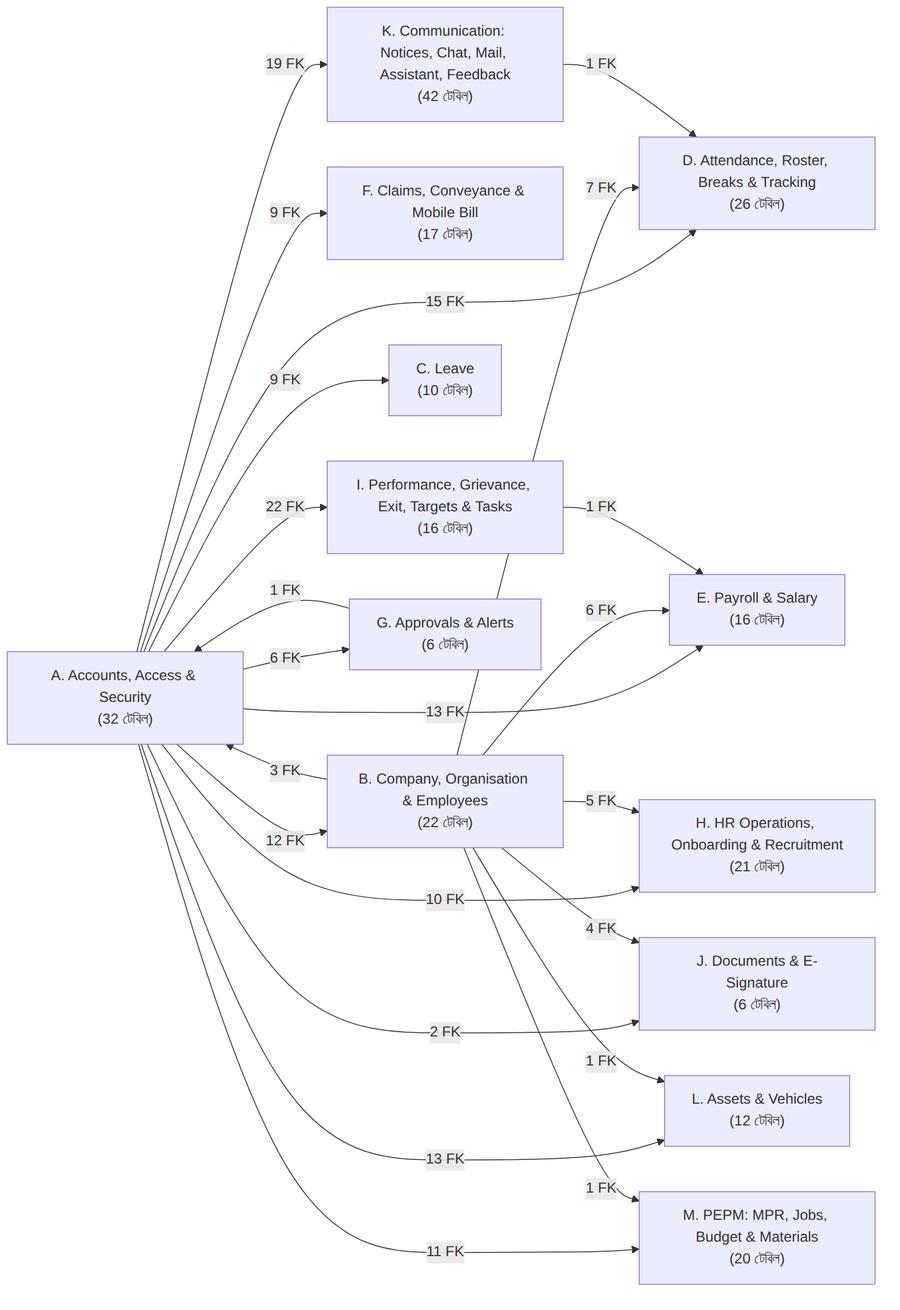
ruhulamencredence/CredenceHR keeps this Mermaid diagram as docs/architecture/database/diagrams/00-module-map.png. Above is the earlier version. Its source is kept beside it as docs/architecture/database/diagrams/00-module-map.mmd.
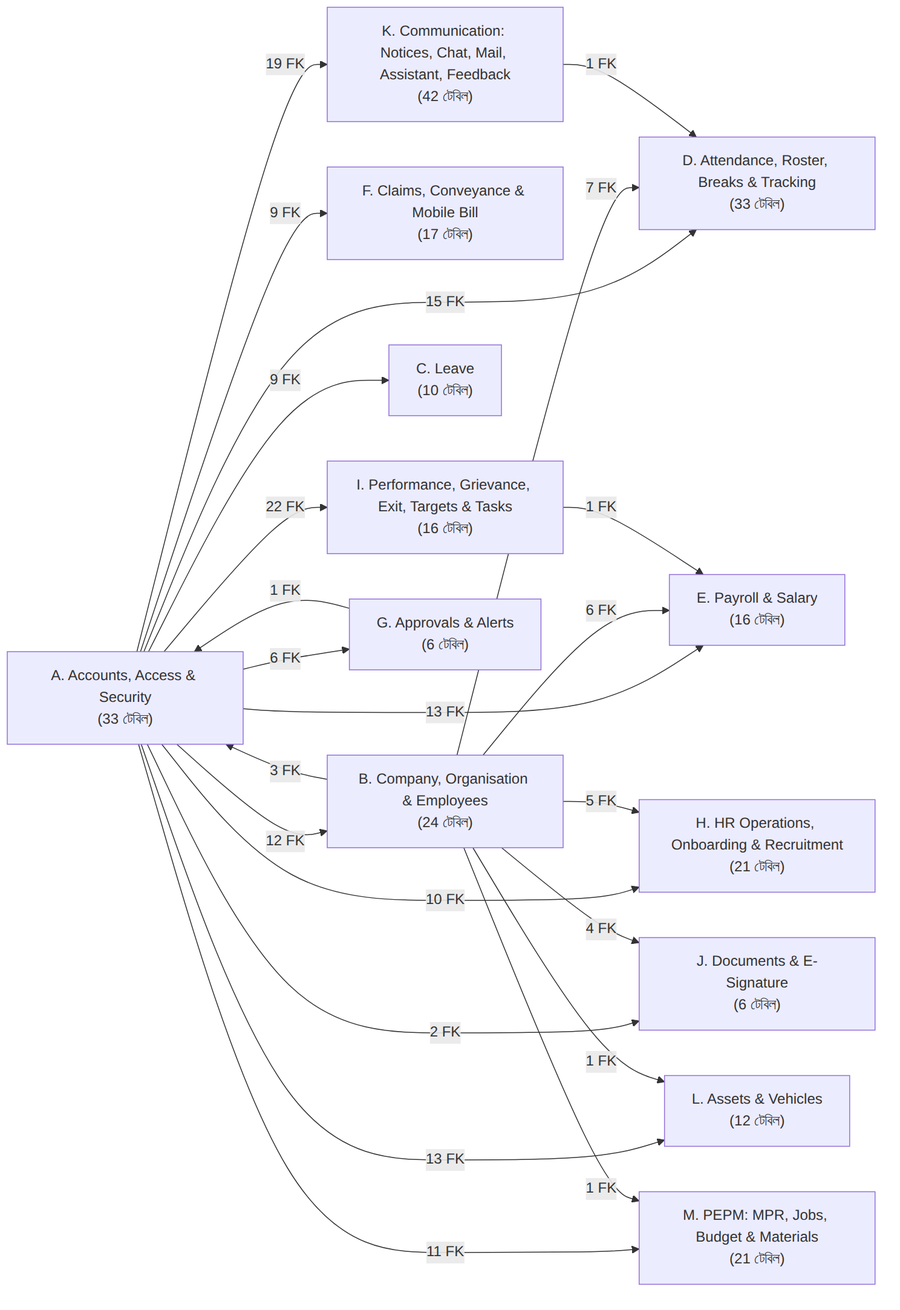
Later version of the same file.

Change to the diagram source:
```diff
@@ -1,11 +1,11 @@
 flowchart LR
   K["K. Communication: Notices, Chat, Mail, Assistant, Feedback<br/>(42 টেবিল)"]
   H["H. HR Operations, Onboarding & Recruitment<br/>(21 টেবিল)"]
-  D["D. Attendance, Roster, Breaks & Tracking<br/>(26 টেবিল)"]
-  A["A. Accounts, Access & Security<br/>(32 টেবিল)"]
-  M["M. PEPM: MPR, Jobs, Budget & Materials<br/>(20 টেবিল)"]
+  D["D. Attendance, Roster, Breaks & Tracking<br/>(33 টেবিল)"]
+  A["A. Accounts, Access & Security<br/>(33 টেবিল)"]
+  M["M. PEPM: MPR, Jobs, Budget & Materials<br/>(21 টেবিল)"]
   F["F. Claims, Conveyance & Mobile Bill<br/>(17 টেবিল)"]
-  B["B. Company, Organisation & Employees<br/>(22 টেবিল)"]
+  B["B. Company, Organisation & Employees<br/>(24 টেবিল)"]
   C["C. Leave<br/>(10 টেবিল)"]
   L["L. Assets & Vehicles<br/>(12 টেবিল)"]
   J["J. Documents & E-Signature<br/>(6 টেবিল)"]
```
